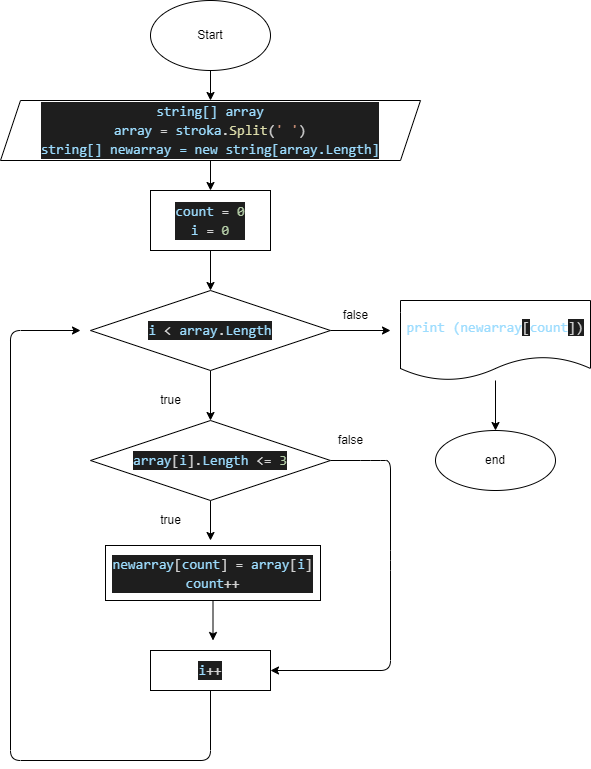
Earlier version of the draw.io export Atask/diagram.drawio.png (SmNataLy/final_work). Source tidied: cells renumbered, new cells last; positions are measured from the earlier drawing's top-left corner, leaving out a move shared by most shapes.
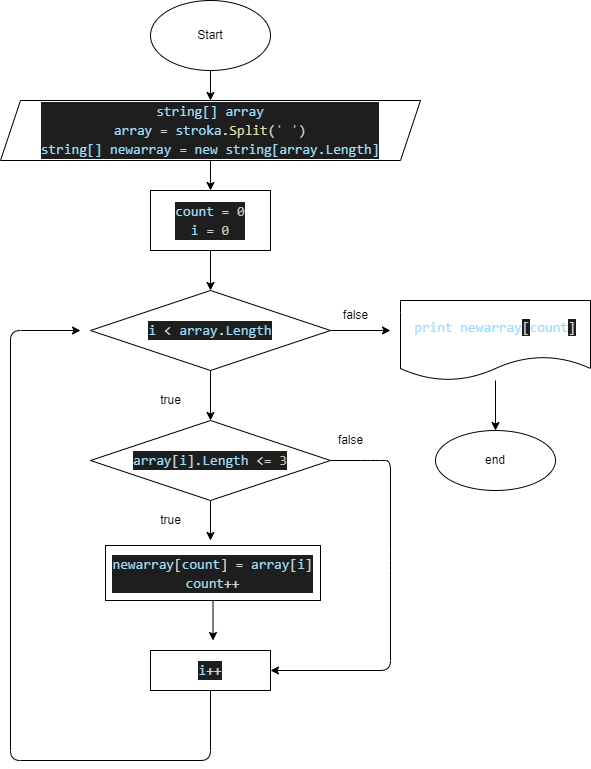
Above is the later version.

Commit message:
Скорректировала блок-схему

What changed in the source:
```diff
@@ -82,7 +82,7 @@
     <mxCell id="21" style="edgeStyle=none;html=1;entryX=0.5;entryY=0;entryDx=0;entryDy=0;" parent="1" edge="1" source="22" target="24">
       <mxGeometry relative="1" as="geometry" />
     </mxCell>
-    <mxCell id="22" value="&lt;span style=&quot;font-family: Consolas, &amp;quot;Courier New&amp;quot;, monospace; font-size: 14px; color: rgb(156, 220, 254);&quot;&gt;print (newarray&lt;/span&gt;&lt;span style=&quot;color: rgb(212, 212, 212); font-family: Consolas, &amp;quot;Courier New&amp;quot;, monospace; font-size: 14px; background-color: rgb(30, 30, 30);&quot;&gt;[&lt;/span&gt;&lt;span style=&quot;font-family: Consolas, &amp;quot;Courier New&amp;quot;, monospace; font-size: 14px; color: rgb(156, 220, 254);&quot;&gt;count&lt;/span&gt;&lt;span style=&quot;color: rgb(212, 212, 212); font-family: Consolas, &amp;quot;Courier New&amp;quot;, monospace; font-size: 14px; background-color: rgb(30, 30, 30);&quot;&gt;])&lt;/span&gt;" style="shape=document;whiteSpace=wrap;html=1;boundedLbl=1;" parent="1" vertex="1">
+    <mxCell id="22" value="&lt;span style=&quot;font-family: Consolas, &amp;quot;Courier New&amp;quot;, monospace; font-size: 14px; color: rgb(156, 220, 254);&quot;&gt;print&amp;nbsp;&lt;/span&gt;&lt;span style=&quot;font-family: Consolas, &amp;quot;Courier New&amp;quot;, monospace; font-size: 14px; color: rgb(156, 220, 254);&quot;&gt;newarray&lt;/span&gt;&lt;span style=&quot;color: rgb(212, 212, 212); font-family: Consolas, &amp;quot;Courier New&amp;quot;, monospace; font-size: 14px; background-color: rgb(30, 30, 30);&quot;&gt;[&lt;/span&gt;&lt;span style=&quot;font-family: Consolas, &amp;quot;Courier New&amp;quot;, monospace; font-size: 14px; color: rgb(156, 220, 254);&quot;&gt;count&lt;/span&gt;&lt;span style=&quot;color: rgb(212, 212, 212); font-family: Consolas, &amp;quot;Courier New&amp;quot;, monospace; font-size: 14px; background-color: rgb(30, 30, 30);&quot;&gt;]&lt;/span&gt;" style="shape=document;whiteSpace=wrap;html=1;boundedLbl=1;" parent="1" vertex="1">
       <mxGeometry x="400" y="300" width="190" height="80" as="geometry" />
     </mxCell>
     <mxCell id="23" value="false" style="text;html=1;align=center;verticalAlign=middle;strokeColor=none;fillColor=none;" parent="1" vertex="1">
```
